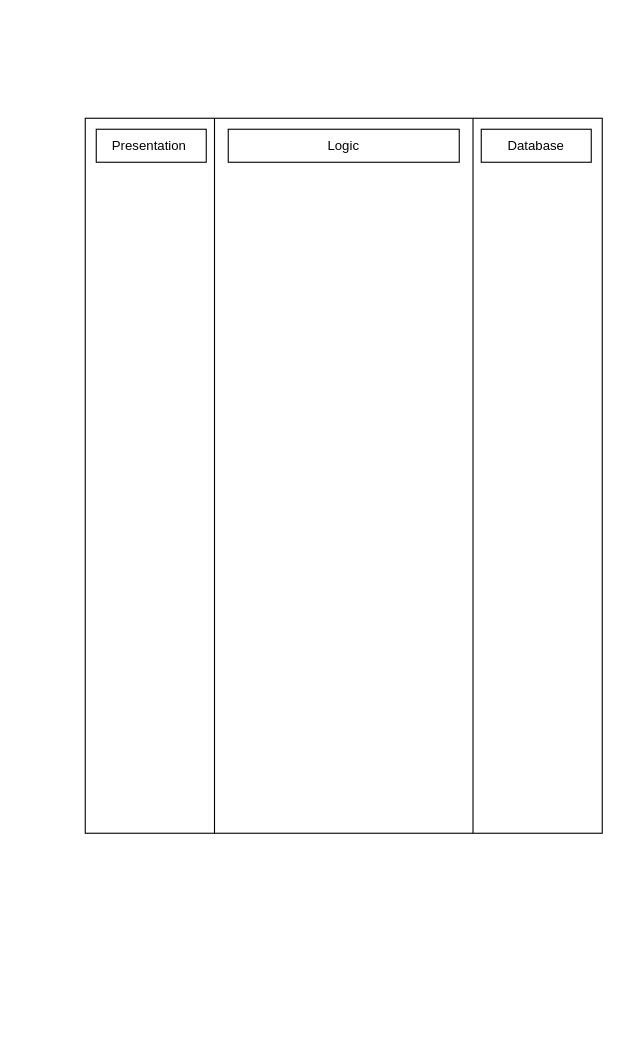
Earlier version of the draw.io diagram Swimlane.drawio (aditya-deo/gan-paper-2-diagrams). Source tidied: cells renumbered, new cells numbered last; positions are measured from the earlier drawing's top-left corner, leaving out a move shared by most shapes. Both pictures are drawn from the tidied source at 110%, with x=0, y=0 at pixel (85, 118).
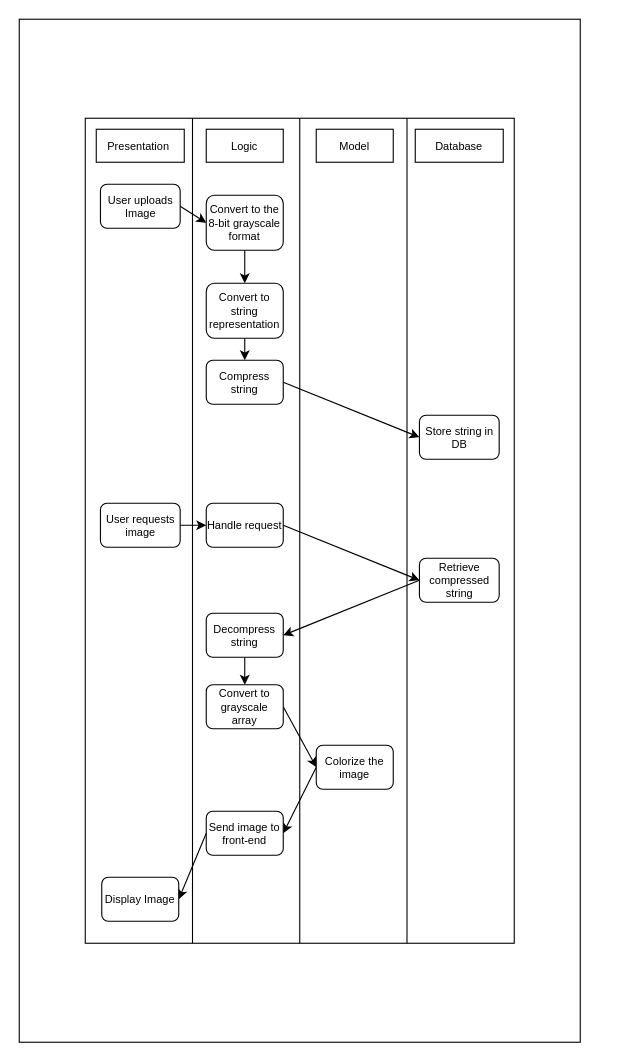
The same diagram, later.

Change to the diagram source:
```diff
@@
-<mxGraphModel>
+<mxGraphModel background="#ffffff">
@@
-    <mxCell id="2" style="rounded=0;whiteSpace=wrap;html=1;" parent="1" vertex="1">
-      <mxGeometry width="470" height="650" as="geometry" />
+    <mxCell id="2" style="rounded=0;whiteSpace=wrap;html=1;fontSize=10;fontStyle=0;" parent="1" vertex="1">
+      <mxGeometry width="390" height="750" as="geometry" />
     </mxCell>
-    <mxCell id="3" style="rounded=0;orthogonalLoop=1;jettySize=auto;html=1;exitX=0.25;exitY=0;exitDx=0;exitDy=0;entryX=0.25;entryY=1;entryDx=0;entryDy=0;endArrow=none;endFill=0;" parent="1" edge="1" source="2" target="2">
+    <mxCell id="3" style="rounded=0;orthogonalLoop=1;jettySize=auto;html=1;exitX=0.25;exitY=0;exitDx=0;exitDy=0;entryX=0.25;entryY=1;entryDx=0;entryDy=0;endArrow=none;endFill=0;fontSize=10;fontStyle=0;" parent="1" edge="1" source="2" target="2">
       <mxGeometry relative="1" as="geometry" />
     </mxCell>
-    <mxCell id="4" style="rounded=0;orthogonalLoop=1;jettySize=auto;html=1;exitX=0.75;exitY=0;exitDx=0;exitDy=0;entryX=0.75;entryY=1;entryDx=0;entryDy=0;endArrow=none;endFill=0;" parent="1" edge="1" source="2" target="2">
+    <mxCell id="4" style="rounded=0;orthogonalLoop=1;jettySize=auto;html=1;exitX=0.75;exitY=0;exitDx=0;exitDy=0;entryX=0.75;entryY=1;entryDx=0;entryDy=0;endArrow=none;endFill=0;fontSize=10;fontStyle=0;" parent="1" edge="1" source="2" target="2">
       <mxGeometry relative="1" as="geometry" />
     </mxCell>
-    <mxCell id="5" value="Presentation&amp;nbsp;" style="rounded=0;whiteSpace=wrap;html=1;" parent="1" vertex="1">
-      <mxGeometry x="10" y="10" width="100" height="30" as="geometry" />
+    <mxCell id="5" value="Presentation&amp;nbsp;" style="rounded=0;whiteSpace=wrap;html=1;fontSize=10;fontStyle=0;" parent="1" vertex="1">
+      <mxGeometry x="10" y="10" width="80" height="30" as="geometry" />
     </mxCell>
-    <mxCell id="6" value="Logic" style="rounded=0;whiteSpace=wrap;html=1;" parent="1" vertex="1">
-      <mxGeometry x="130" y="10" width="210" height="30" as="geometry" />
+    <mxCell id="6" value="Logic" style="rounded=0;whiteSpace=wrap;html=1;fontSize=10;fontStyle=0;" parent="1" vertex="1">
+      <mxGeometry x="110" y="10" width="70" height="30" as="geometry" />
     </mxCell>
-    <mxCell id="7" value="Database" style="rounded=0;whiteSpace=wrap;html=1;" parent="1" vertex="1">
-      <mxGeometry x="360" y="10" width="100" height="30" as="geometry" />
+    <mxCell id="7" value="Database" style="rounded=0;whiteSpace=wrap;html=1;fontSize=10;fontStyle=0;" parent="1" vertex="1">
+      <mxGeometry x="300" y="10" width="80" height="30" as="geometry" />
     </mxCell>
+    <mxCell id="8" style="rounded=0;jettySize=auto;html=1;exitX=1;exitY=0.5;exitDx=0;exitDy=0;entryX=0;entryY=0.5;entryDx=0;entryDy=0;fontSize=10;fontStyle=0;" parent="1" edge="1" source="9" target="11">
+      <mxGeometry relative="1" as="geometry" />
+    </mxCell>
+    <mxCell id="9" value="User uploads Image" style="rounded=1;whiteSpace=wrap;html=1;fontSize=10;fontStyle=0;" parent="1" vertex="1">
+      <mxGeometry x="13.8" y="60" width="72.5" height="40" as="geometry" />
+    </mxCell>
+    <mxCell id="10" style="edgeStyle=orthogonalEdgeStyle;rounded=0;jettySize=auto;html=1;exitX=0.5;exitY=1;exitDx=0;exitDy=0;fontSize=10;fontStyle=0;" parent="1" edge="1" source="11" target="13">
+      <mxGeometry relative="1" as="geometry" />
+    </mxCell>
+    <mxCell id="11" value="Convert to the 8-bit grayscale format" style="rounded=1;whiteSpace=wrap;html=1;fontSize=10;fontStyle=0;" parent="1" vertex="1">
+      <mxGeometry x="110" y="70" width="70" height="50" as="geometry" />
+    </mxCell>
+    <mxCell id="12" style="edgeStyle=orthogonalEdgeStyle;rounded=0;jettySize=auto;html=1;exitX=0.5;exitY=1;exitDx=0;exitDy=0;entryX=0.5;entryY=0;entryDx=0;entryDy=0;fontSize=10;fontStyle=0;" parent="1" edge="1" source="13" target="15">
+      <mxGeometry relative="1" as="geometry" />
+    </mxCell>
+    <mxCell id="13" value="Convert to string representation" style="rounded=1;whiteSpace=wrap;html=1;fontSize=10;fontStyle=0;" parent="1" vertex="1">
+      <mxGeometry x="110" y="150" width="70" height="50" as="geometry" />
+    </mxCell>
+    <mxCell id="14" style="rounded=0;jettySize=auto;html=1;exitX=1;exitY=0.5;exitDx=0;exitDy=0;entryX=0;entryY=0.5;entryDx=0;entryDy=0;fontSize=10;fontStyle=0;" parent="1" edge="1" source="15" target="16">
+      <mxGeometry relative="1" as="geometry" />
+    </mxCell>
+    <mxCell id="15" value="Compress string" style="rounded=1;whiteSpace=wrap;html=1;fontSize=10;fontStyle=0;" parent="1" vertex="1">
+      <mxGeometry x="110" y="220" width="70" height="40" as="geometry" />
+    </mxCell>
+    <mxCell id="16" value="Store string in DB" style="rounded=1;whiteSpace=wrap;html=1;fontSize=10;fontStyle=0;" parent="1" vertex="1">
+      <mxGeometry x="303.8" y="270" width="72.5" height="40" as="geometry" />
+    </mxCell>
+    <mxCell id="17" style="edgeStyle=orthogonalEdgeStyle;rounded=0;jettySize=auto;html=1;exitX=1;exitY=0.5;exitDx=0;exitDy=0;fontSize=10;fontStyle=0;" parent="1" edge="1" source="18" target="20">
+      <mxGeometry relative="1" as="geometry" />
+    </mxCell>
+    <mxCell id="18" value="User requests image" style="rounded=1;whiteSpace=wrap;html=1;fontSize=10;fontStyle=0;" parent="1" vertex="1">
+      <mxGeometry x="13.8" y="350" width="72.5" height="40" as="geometry" />
+    </mxCell>
+    <mxCell id="19" style="rounded=0;jettySize=auto;html=1;exitX=1;exitY=0.5;exitDx=0;exitDy=0;entryX=0;entryY=0.5;entryDx=0;entryDy=0;fontSize=10;fontStyle=0;" parent="1" edge="1" source="20" target="22">
+      <mxGeometry relative="1" as="geometry" />
+    </mxCell>
+    <mxCell id="20" value="Handle request" style="rounded=1;whiteSpace=wrap;html=1;fontSize=10;fontStyle=0;" parent="1" vertex="1">
+      <mxGeometry x="110" y="350" width="70" height="40" as="geometry" />
+    </mxCell>
+    <mxCell id="21" style="rounded=0;jettySize=auto;html=1;exitX=0;exitY=0.5;exitDx=0;exitDy=0;entryX=1;entryY=0.5;entryDx=0;entryDy=0;fontSize=10;fontStyle=0;" parent="1" edge="1" source="22" target="24">
+      <mxGeometry relative="1" as="geometry" />
+    </mxCell>
+    <mxCell id="22" value="Retrieve compressed string" style="rounded=1;whiteSpace=wrap;html=1;fontSize=10;fontStyle=0;" parent="1" vertex="1">
+      <mxGeometry x="303.8" y="400" width="72.5" height="40" as="geometry" />
+    </mxCell>
+    <mxCell id="23" style="edgeStyle=orthogonalEdgeStyle;rounded=0;jettySize=auto;html=1;exitX=0.5;exitY=1;exitDx=0;exitDy=0;entryX=0.5;entryY=0;entryDx=0;entryDy=0;fontSize=10;fontStyle=0;" parent="1" edge="1" source="24" target="28">
+      <mxGeometry relative="1" as="geometry" />
+    </mxCell>
+    <mxCell id="24" value="Decompress string" style="rounded=1;whiteSpace=wrap;html=1;fontSize=10;fontStyle=0;" parent="1" vertex="1">
+      <mxGeometry x="110" y="450" width="70" height="40" as="geometry" />
+    </mxCell>
+    <mxCell id="25" style="rounded=0;orthogonalLoop=1;jettySize=auto;html=1;exitX=0.5;exitY=0;exitDx=0;exitDy=0;entryX=0.5;entryY=1;entryDx=0;entryDy=0;endArrow=none;endFill=0;fontSize=10;fontStyle=0;" parent="1" edge="1" source="2" target="2">
+      <mxGeometry relative="1" as="geometry" />
+    </mxCell>
+    <mxCell id="26" value="Model" style="rounded=0;whiteSpace=wrap;html=1;fontSize=10;fontStyle=0;" parent="1" vertex="1">
+      <mxGeometry x="210" y="10" width="70" height="30" as="geometry" />
+    </mxCell>
+    <mxCell id="27" style="rounded=0;jettySize=auto;html=1;exitX=1;exitY=0.5;exitDx=0;exitDy=0;entryX=0;entryY=0.5;entryDx=0;entryDy=0;fontSize=10;fontStyle=0;" parent="1" edge="1" source="28" target="30">
+      <mxGeometry relative="1" as="geometry" />
+    </mxCell>
+    <mxCell id="28" value="Convert to grayscale array" style="rounded=1;whiteSpace=wrap;html=1;fontSize=10;fontStyle=0;" parent="1" vertex="1">
+      <mxGeometry x="110" y="515" width="70" height="40" as="geometry" />
+    </mxCell>
+    <mxCell id="29" style="rounded=0;jettySize=auto;html=1;exitX=0;exitY=0.5;exitDx=0;exitDy=0;entryX=1;entryY=0.5;entryDx=0;entryDy=0;fontSize=10;fontStyle=0;" parent="1" edge="1" source="30" target="32">
+      <mxGeometry relative="1" as="geometry" />
+    </mxCell>
+    <mxCell id="30" value="Colorize the image" style="rounded=1;whiteSpace=wrap;html=1;fontSize=10;fontStyle=0;" parent="1" vertex="1">
+      <mxGeometry x="210" y="570" width="70" height="40" as="geometry" />
+    </mxCell>
+    <mxCell id="31" style="rounded=0;jettySize=auto;html=1;exitX=0;exitY=0.5;exitDx=0;exitDy=0;entryX=1;entryY=0.5;entryDx=0;entryDy=0;fontSize=10;fontStyle=0;" parent="1" edge="1" source="32" target="33">
+      <mxGeometry relative="1" as="geometry" />
+    </mxCell>
+    <mxCell id="32" value="Send image to front-end" style="rounded=1;whiteSpace=wrap;html=1;fontSize=10;fontStyle=0;" parent="1" vertex="1">
+      <mxGeometry x="110" y="630" width="70" height="40" as="geometry" />
+    </mxCell>
+    <mxCell id="33" value="Display Image" style="rounded=1;whiteSpace=wrap;html=1;fontSize=10;fontStyle=0;" parent="1" vertex="1">
+      <mxGeometry x="15" y="690" width="70" height="40" as="geometry" />
+    </mxCell>
+    <mxCell id="34" style="rounded=0;whiteSpace=wrap;html=1;fillColor=none;" parent="1" vertex="1">
+      <mxGeometry x="-60" y="-90" width="510" height="930" as="geometry" />
+    </mxCell>
```
